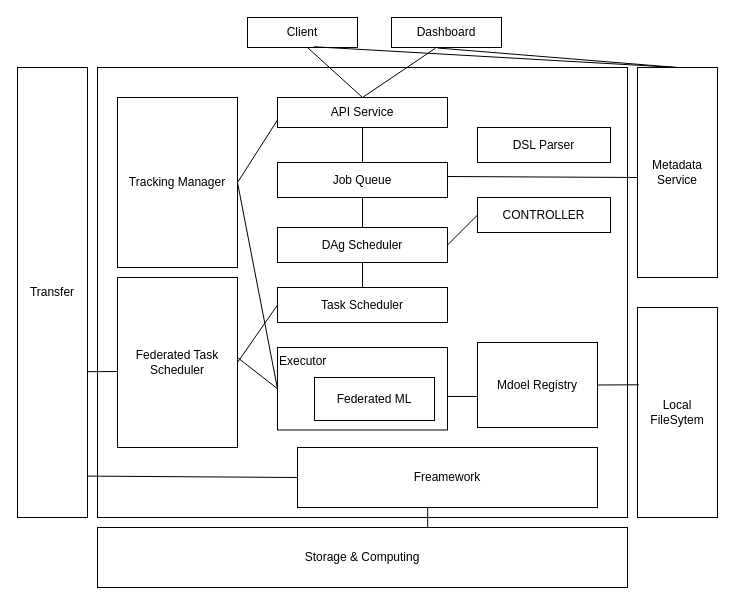
Above: 隐私计算架构图.drawio in ForLina/sxc_contract (draw.io), before the change. Source tidied: cells renumbered, new cells numbered last; positions are measured from the earlier drawing's top-left corner, leaving out a move shared by most shapes. Both pictures are drawn from the tidied source at 100%, with x=0, y=0 at pixel (17, 17).
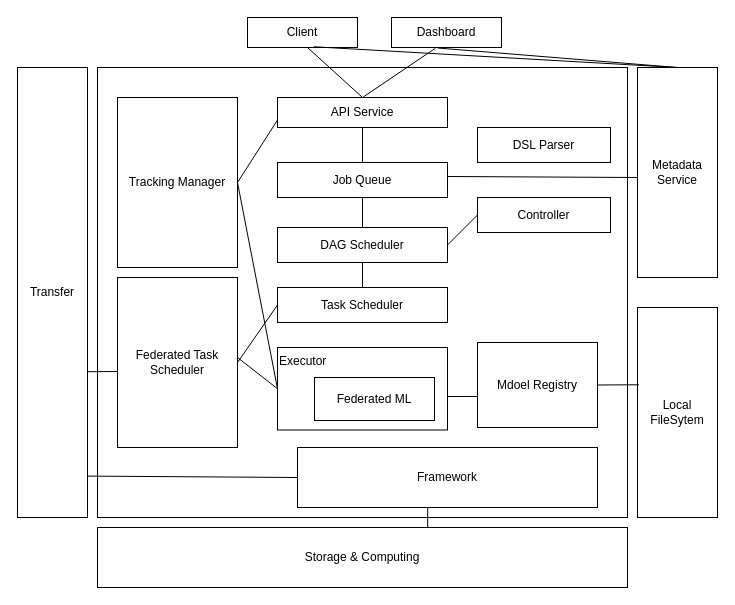
After the change.

Commit message (it also covers changes not shown here):
更新隐私计算架构图.drawio

The change refers to these unchanged cells:
```xml
<mxCell id="2" style="group;" parent="1" vertex="1">
  <mxGeometry width="700" height="570" as="geometry" />
</mxCell>
```

The edit, as a diff of the source:
```diff
@@
-    <mxCell id="14" value="DAg Scheduler" style="rounded=0;whiteSpace=wrap;html=1;" parent="2" vertex="1">
+    <mxCell id="14" value="DAG Scheduler" style="rounded=0;whiteSpace=wrap;html=1;" parent="2" vertex="1">
       <mxGeometry x="260" y="210" width="170" height="35" as="geometry" />
     </mxCell>
@@
-    <mxCell id="18" value="Freamework" style="rounded=0;whiteSpace=wrap;html=1;" parent="2" vertex="1">
+    <mxCell id="18" value="Framework" style="rounded=0;whiteSpace=wrap;html=1;" parent="2" vertex="1">
       <mxGeometry x="280" y="430" width="300" height="60" as="geometry" />
     </mxCell>
@@
-    <mxCell id="20" value="CONTROLLER" style="rounded=0;whiteSpace=wrap;html=1;" parent="2" vertex="1">
+    <mxCell id="20" value="Controller" style="rounded=0;whiteSpace=wrap;html=1;" parent="2" vertex="1">
       <mxGeometry x="460" y="180" width="133" height="35" as="geometry" />
     </mxCell>
```
